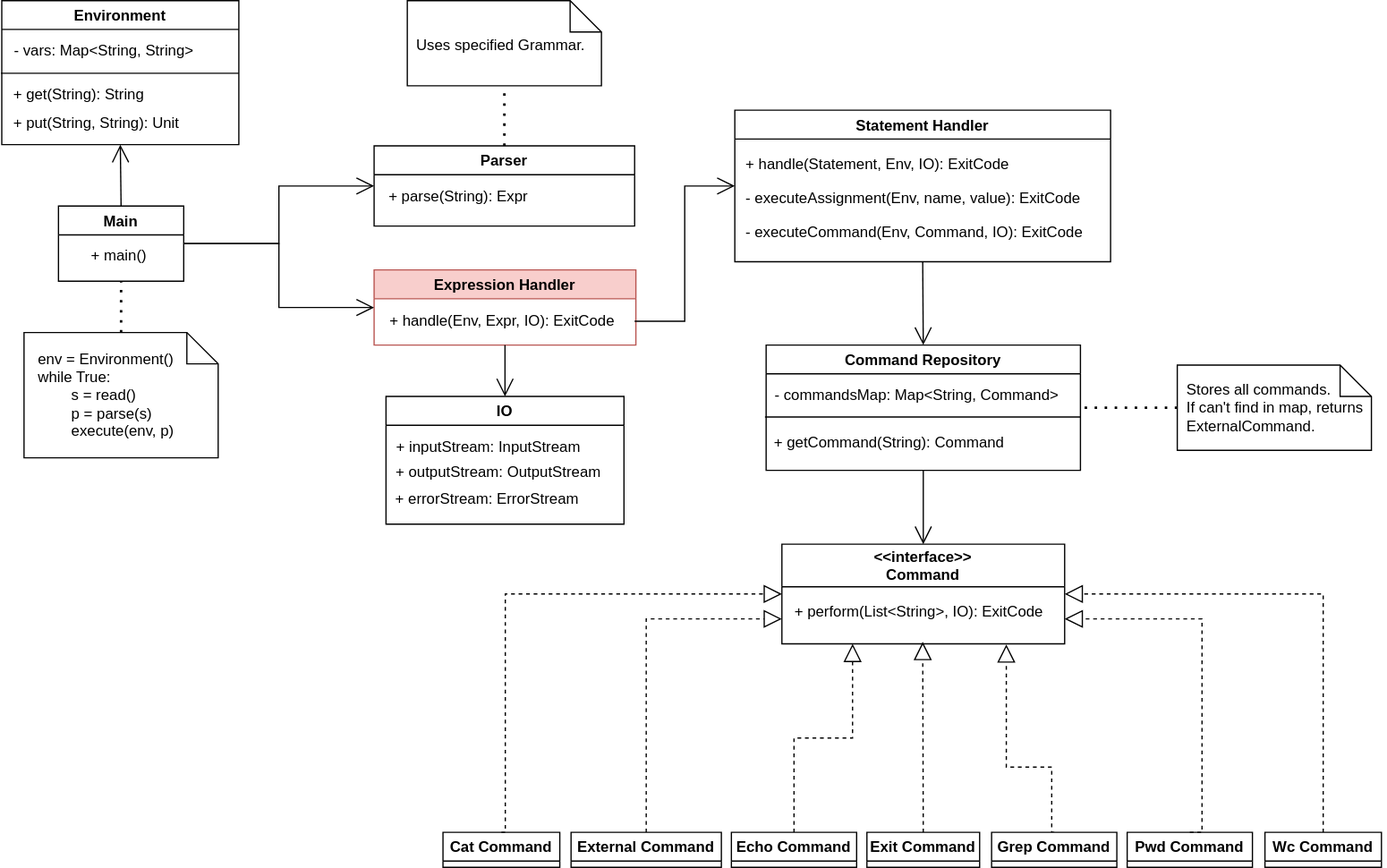
Earlier version of the draw.io export description/hw01.svg (kibrq/sd-practice). Source tidied: cells renumbered, new cells last; positions are measured from the earlier drawing's top-left corner, leaving out a move shared by most shapes. Its diagram source:
```xml
<mxGraphModel>
  <root>
    <mxCell id="0" />
    <mxCell id="1" parent="0" />
    <mxCell id="2" value="Main" style="swimlane;" parent="1" vertex="1">
      <mxGeometry x="46" y="164" width="100" height="60" as="geometry" />
    </mxCell>
    <mxCell id="3" value="+ main()" style="text;html=1;align=center;verticalAlign=middle;strokeColor=none;fillColor=none;" parent="2" vertex="1">
      <mxGeometry x="18" y="30" width="60" height="20" as="geometry" />
    </mxCell>
    <mxCell id="4" value="Expression Handler" style="swimlane;fillColor=#f8cecc;strokeColor=#b85450;" parent="1" vertex="1">
      <mxGeometry x="298" y="215" width="209" height="60" as="geometry" />
    </mxCell>
    <mxCell id="5" value="+ handle(Env,&amp;nbsp;Expr, IO): ExitCode" style="text;html=1;align=center;verticalAlign=middle;strokeColor=none;fillColor=none;" parent="4" vertex="1">
      <mxGeometry x="2" y="31" width="200" height="20" as="geometry" />
    </mxCell>
    <mxCell id="6" value="Statement Handler" style="swimlane;" parent="1" vertex="1">
      <mxGeometry x="586" y="87.5" width="300" height="121" as="geometry" />
    </mxCell>
    <mxCell id="7" value="- executeAssignment(Env, name, value): ExitCode" style="text;html=1;align=left;verticalAlign=middle;strokeColor=none;fillColor=none;" parent="6" vertex="1">
      <mxGeometry x="7" y="60" width="280" height="20" as="geometry" />
    </mxCell>
    <mxCell id="8" value="+ handle(&lt;span style=&quot;text-align: center&quot;&gt;Statement, Env&lt;/span&gt;&lt;span style=&quot;text-align: center&quot;&gt;, IO): ExitCode&lt;br&gt;&lt;/span&gt;" style="text;html=1;align=left;verticalAlign=middle;strokeColor=none;fillColor=none;" parent="6" vertex="1">
      <mxGeometry x="7" y="33" width="230" height="20" as="geometry" />
    </mxCell>
    <mxCell id="9" value="&lt;div style=&quot;text-align: left&quot;&gt;&lt;span&gt;- executeCommand(Env, Command, IO): ExitCode&lt;/span&gt;&lt;/div&gt;" style="text;html=1;align=center;verticalAlign=middle;strokeColor=none;fillColor=none;" parent="6" vertex="1">
      <mxGeometry x="3" y="87" width="280" height="20" as="geometry" />
    </mxCell>
    <mxCell id="10" style="group;" parent="1" vertex="1">
      <mxGeometry width="190" height="115" as="geometry" />
    </mxCell>
    <mxCell id="11" value="Environment" style="swimlane;" parent="10" vertex="1">
      <mxGeometry x="0.7" width="189.3" height="115" as="geometry" />
    </mxCell>
    <mxCell id="12" value="- vars: Map&amp;lt;String, String&amp;gt;" style="text;html=1;align=center;verticalAlign=middle;strokeColor=none;fillColor=none;" parent="11" vertex="1">
      <mxGeometry x="1" y="30" width="160" height="20" as="geometry" />
    </mxCell>
    <mxCell id="13" style="line;strokeWidth=1;fillColor=none;align=left;verticalAlign=middle;spacingTop=-1;spacingLeft=3;spacingRight=3;labelPosition=right;" parent="11" vertex="1">
      <mxGeometry x="-0.7" y="54" width="190" height="8" as="geometry" />
    </mxCell>
    <mxCell id="14" value="+ get(String): String" style="text;html=1;align=center;verticalAlign=middle;strokeColor=none;fillColor=none;" parent="11" vertex="1">
      <mxGeometry x="1" y="65" width="120" height="20" as="geometry" />
    </mxCell>
    <mxCell id="15" value="+ put(String, String): Unit" style="text;html=1;align=center;verticalAlign=middle;strokeColor=none;fillColor=none;" parent="11" vertex="1">
      <mxGeometry y="88" width="150" height="20" as="geometry" />
    </mxCell>
    <mxCell id="16" value="IO" style="swimlane;" parent="1" vertex="1">
      <mxGeometry x="307.5" y="316" width="190" height="102" as="geometry" />
    </mxCell>
    <mxCell id="17" value="+ inputStream: InputStream" style="text;html=1;align=center;verticalAlign=middle;strokeColor=none;fillColor=none;" parent="16" vertex="1">
      <mxGeometry x="1" y="30.5" width="160" height="20" as="geometry" />
    </mxCell>
    <mxCell id="18" value="+ outputStream: OutputStream" style="text;html=1;align=center;verticalAlign=middle;strokeColor=none;fillColor=none;" parent="16" vertex="1">
      <mxGeometry x="-1" y="50.5" width="180" height="20" as="geometry" />
    </mxCell>
    <mxCell id="19" value="+ errorStream: ErrorStream" style="text;html=1;align=center;verticalAlign=middle;strokeColor=none;fillColor=none;" parent="16" vertex="1">
      <mxGeometry y="71.5" width="160" height="20" as="geometry" />
    </mxCell>
    <mxCell id="20" value="&lt;&lt;interface&gt;&gt;&#10;Command" style="swimlane;startSize=34;" parent="1" vertex="1">
      <mxGeometry x="623.6" y="434" width="225.8" height="79.5" as="geometry" />
    </mxCell>
    <mxCell id="21" value="+ perform(&lt;span&gt;List&amp;lt;String&amp;gt;, IO): ExitCode&lt;/span&gt;" style="text;html=1;align=left;verticalAlign=middle;strokeColor=none;fillColor=none;" parent="20" vertex="1">
      <mxGeometry x="8" y="44.5" width="210" height="20" as="geometry" />
    </mxCell>
    <mxCell id="22" style="endArrow=block;dashed=1;endFill=0;endSize=12;html=1;rounded=0;exitX=0.5;exitY=0;exitDx=0;exitDy=0;" parent="1" edge="1" source="29">
      <mxGeometry relative="1" as="geometry">
        <mxPoint x="736" y="512" as="targetPoint" />
      </mxGeometry>
    </mxCell>
    <mxCell id="23" style="shape=note2;boundedLbl=1;whiteSpace=wrap;html=1;size=25;verticalAlign=top;align=center;strokeColor=default;" parent="1" vertex="1">
      <mxGeometry x="939.2" y="291" width="155" height="68" as="geometry" />
    </mxCell>
    <mxCell id="24" style="endArrow=none;dashed=1;html=1;dashPattern=1 3;strokeWidth=2;rounded=0;exitX=0;exitY=0.5;exitDx=0;exitDy=0;exitPerimeter=0;entryX=1;entryY=0.5;entryDx=0;entryDy=0;" parent="1" edge="1" source="23" target="39">
      <mxGeometry relative="1" as="geometry" />
    </mxCell>
    <mxCell id="25" style="shape=note2;boundedLbl=1;whiteSpace=wrap;html=1;size=25;verticalAlign=top;align=center;strokeColor=default;" parent="1" vertex="1">
      <mxGeometry x="18.5" y="265" width="155" height="100" as="geometry" />
    </mxCell>
    <mxCell id="26" value="env = Environment()&lt;br&gt;while True:&lt;br&gt;&lt;div&gt;&lt;span style=&quot;white-space: pre&quot;&gt;&#9;&lt;/span&gt;&lt;span&gt;s = read()&lt;/span&gt;&lt;/div&gt;&lt;span style=&quot;white-space: pre&quot;&gt;&#9;&lt;/span&gt;p = parse(s)&lt;br&gt;&lt;span style=&quot;white-space: pre&quot;&gt;&#9;&lt;/span&gt;execute(env, p)" style="text;html=1;align=left;verticalAlign=middle;strokeColor=none;fillColor=none;" parent="1" vertex="1">
      <mxGeometry x="27.5" y="275" width="120" height="80" as="geometry" />
    </mxCell>
    <mxCell id="27" value="&lt;span&gt;Stores all commands.&lt;br&gt;If can't find in map, returns&lt;br&gt;ExternalCommand.&lt;/span&gt;" style="text;html=1;align=left;verticalAlign=middle;strokeColor=none;fillColor=none;" parent="1" vertex="1">
      <mxGeometry x="945.2" y="300" width="160" height="50" as="geometry" />
    </mxCell>
    <mxCell id="28" style="endArrow=none;dashed=1;html=1;dashPattern=1 3;strokeWidth=2;rounded=0;exitX=0.5;exitY=0;exitDx=0;exitDy=0;exitPerimeter=0;entryX=0.5;entryY=1;entryDx=0;entryDy=0;" parent="1" edge="1" source="25" target="2">
      <mxGeometry relative="1" as="geometry" />
    </mxCell>
    <mxCell id="29" value="Exit Command" style="swimlane;" parent="1" vertex="1">
      <mxGeometry x="691.5" y="664" width="90" height="28" as="geometry" />
    </mxCell>
    <mxCell id="30" value="Pwd Command" style="swimlane;" parent="1" vertex="1">
      <mxGeometry x="899.2" y="664" width="100" height="28" as="geometry" />
    </mxCell>
    <mxCell id="31" value="Wc Command" style="swimlane;" parent="1" vertex="1">
      <mxGeometry x="1009.2" y="664" width="93" height="28" as="geometry" />
    </mxCell>
    <mxCell id="32" value="Echo Command" style="swimlane;" parent="1" vertex="1">
      <mxGeometry x="583.2" y="664" width="100" height="28" as="geometry" />
    </mxCell>
    <mxCell id="33" value="Cat Command" style="swimlane;" parent="1" vertex="1">
      <mxGeometry x="353" y="664" width="93.2" height="28" as="geometry" />
    </mxCell>
    <mxCell id="34" value="External Command" style="swimlane;" parent="1" vertex="1">
      <mxGeometry x="455.2" y="664" width="120" height="28" as="geometry" />
    </mxCell>
    <mxCell id="35" value="Parser" style="swimlane;" parent="1" vertex="1">
      <mxGeometry x="298" y="116" width="208" height="64" as="geometry" />
    </mxCell>
    <mxCell id="36" style="group;" parent="35" vertex="1">
      <mxGeometry x="-2" y="30.5" width="136" height="24.5" as="geometry" />
    </mxCell>
    <mxCell id="37" value="+ parse(String): Expr" style="text;html=1;align=center;verticalAlign=middle;strokeColor=none;fillColor=none;" parent="36" vertex="1">
      <mxGeometry x="4" width="130" height="20" as="geometry" />
    </mxCell>
    <mxCell id="38" style="group;" parent="1" vertex="1">
      <mxGeometry x="610.1" y="275" width="251.9" height="100" as="geometry" />
    </mxCell>
    <mxCell id="39" value="Command Repository" style="swimlane;" parent="38" vertex="1">
      <mxGeometry x="0.9" width="250.9" height="100" as="geometry" />
    </mxCell>
    <mxCell id="40" value="&lt;span style=&quot;text-align: left&quot;&gt;- commandsMap: Map&amp;lt;String, Command&amp;gt;&lt;/span&gt;" style="text;html=1;align=center;verticalAlign=middle;strokeColor=none;fillColor=none;" parent="39" vertex="1">
      <mxGeometry y="30.1" width="240" height="20" as="geometry" />
    </mxCell>
    <mxCell id="41" style="line;strokeWidth=1;fillColor=none;align=left;verticalAlign=middle;spacingTop=-1;spacingLeft=3;spacingRight=3;labelPosition=right;" parent="39" vertex="1">
      <mxGeometry x="-0.9" y="53.9" width="251.9" height="7" as="geometry" />
    </mxCell>
    <mxCell id="42" value="&lt;span style=&quot;text-align: left&quot;&gt;+ getCommand(String): Command&lt;/span&gt;" style="text;html=1;align=center;verticalAlign=middle;strokeColor=none;fillColor=none;" parent="39" vertex="1">
      <mxGeometry x="-1.9" y="67.9" width="200" height="20" as="geometry" />
    </mxCell>
    <mxCell id="43" style="endArrow=block;dashed=1;endFill=0;endSize=12;html=1;rounded=0;edgeStyle=orthogonalEdgeStyle;exitX=0.5;exitY=0;exitDx=0;exitDy=0;" parent="1" edge="1" source="56">
      <mxGeometry relative="1" as="geometry">
        <mxPoint x="802.8" y="514" as="targetPoint" />
        <Array as="points">
          <mxPoint x="839" y="664" />
          <mxPoint x="839" y="612" />
          <mxPoint x="803" y="612" />
        </Array>
      </mxGeometry>
    </mxCell>
    <mxCell id="44" style="endArrow=block;dashed=1;endFill=0;endSize=12;html=1;rounded=0;exitX=0.5;exitY=0;exitDx=0;exitDy=0;entryX=1;entryY=0.5;entryDx=0;entryDy=0;edgeStyle=orthogonalEdgeStyle;" parent="1" edge="1" source="31" target="20">
      <mxGeometry relative="1" as="geometry" />
    </mxCell>
    <mxCell id="45" style="endArrow=block;dashed=1;endFill=0;endSize=12;html=1;rounded=0;exitX=0.5;exitY=0;exitDx=0;exitDy=0;edgeStyle=orthogonalEdgeStyle;entryX=0.25;entryY=1;entryDx=0;entryDy=0;" parent="1" edge="1" source="32" target="20">
      <mxGeometry relative="1" as="geometry" />
    </mxCell>
    <mxCell id="46" style="endArrow=block;dashed=1;endFill=0;endSize=12;html=1;rounded=0;exitX=0.5;exitY=0;exitDx=0;exitDy=0;edgeStyle=orthogonalEdgeStyle;entryX=0;entryY=0.75;entryDx=0;entryDy=0;" parent="1" edge="1" source="34" target="20">
      <mxGeometry relative="1" as="geometry" />
    </mxCell>
    <mxCell id="47" style="endArrow=block;dashed=1;endFill=0;endSize=12;html=1;rounded=0;exitX=0.5;exitY=0;exitDx=0;exitDy=0;edgeStyle=orthogonalEdgeStyle;entryX=0;entryY=0.5;entryDx=0;entryDy=0;" parent="1" edge="1" source="33" target="20">
      <mxGeometry relative="1" as="geometry">
        <Array as="points">
          <mxPoint x="402.8" y="474" />
        </Array>
      </mxGeometry>
    </mxCell>
    <mxCell id="48" style="endArrow=open;endFill=1;endSize=12;html=1;rounded=0;elbow=vertical;entryX=0.5;entryY=1;entryDx=0;entryDy=0;exitX=0.5;exitY=0;exitDx=0;exitDy=0;" parent="1" edge="1" source="2" target="11">
      <mxGeometry relative="1" as="geometry" />
    </mxCell>
    <mxCell id="49" style="endArrow=open;endFill=1;endSize=12;html=1;rounded=0;elbow=vertical;exitX=1;exitY=0.5;exitDx=0;exitDy=0;entryX=0;entryY=0.5;entryDx=0;entryDy=0;edgeStyle=orthogonalEdgeStyle;" parent="1" edge="1" source="2" target="35">
      <mxGeometry relative="1" as="geometry" />
    </mxCell>
    <mxCell id="50" style="endArrow=open;endFill=1;endSize=12;html=1;rounded=0;elbow=vertical;exitX=1;exitY=0.5;exitDx=0;exitDy=0;entryX=0;entryY=0.5;entryDx=0;entryDy=0;edgeStyle=orthogonalEdgeStyle;" parent="1" edge="1" source="2" target="4">
      <mxGeometry relative="1" as="geometry" />
    </mxCell>
    <mxCell id="51" style="endArrow=open;endFill=1;endSize=12;html=1;rounded=0;elbow=vertical;entryX=0.5;entryY=0;entryDx=0;entryDy=0;exitX=0.5;exitY=1;exitDx=0;exitDy=0;" parent="1" edge="1" source="4" target="16">
      <mxGeometry relative="1" as="geometry" />
    </mxCell>
    <mxCell id="52" style="endArrow=open;endFill=1;endSize=12;html=1;rounded=0;elbow=vertical;entryX=0;entryY=0.5;entryDx=0;entryDy=0;edgeStyle=orthogonalEdgeStyle;" parent="1" edge="1" target="6">
      <mxGeometry relative="1" as="geometry">
        <mxPoint x="506" y="256" as="sourcePoint" />
      </mxGeometry>
    </mxCell>
    <mxCell id="53" style="endArrow=block;dashed=1;endFill=0;endSize=12;html=1;rounded=0;edgeStyle=orthogonalEdgeStyle;exitX=0.5;exitY=0;exitDx=0;exitDy=0;entryX=1;entryY=0.75;entryDx=0;entryDy=0;" parent="1" edge="1" source="30" target="20">
      <mxGeometry relative="1" as="geometry">
        <Array as="points">
          <mxPoint x="959" y="612" />
          <mxPoint x="959" y="612" />
          <mxPoint x="959" y="494" />
        </Array>
      </mxGeometry>
    </mxCell>
    <mxCell id="54" style="endArrow=open;endFill=1;endSize=12;html=1;rounded=0;elbow=vertical;entryX=0.5;entryY=0;entryDx=0;entryDy=0;exitX=0.5;exitY=1;exitDx=0;exitDy=0;" parent="1" edge="1" source="6" target="39">
      <mxGeometry relative="1" as="geometry" />
    </mxCell>
    <mxCell id="55" style="endArrow=open;endFill=1;endSize=12;html=1;rounded=0;elbow=vertical;entryX=0.5;entryY=0;entryDx=0;entryDy=0;exitX=0.5;exitY=1;exitDx=0;exitDy=0;" parent="1" edge="1" source="39" target="20">
      <mxGeometry relative="1" as="geometry" />
    </mxCell>
    <mxCell id="56" value="Grep Command" style="swimlane;" parent="1" vertex="1">
      <mxGeometry x="791" y="664" width="100" height="28" as="geometry" />
    </mxCell>
    <mxCell id="57" style="shape=note2;boundedLbl=1;whiteSpace=wrap;html=1;size=25;verticalAlign=top;align=center;strokeColor=default;" parent="1" vertex="1">
      <mxGeometry x="324.5" width="155" height="68" as="geometry" />
    </mxCell>
    <mxCell id="58" value="Uses specified Grammar." style="text;html=1;align=left;verticalAlign=middle;strokeColor=none;fillColor=none;" parent="1" vertex="1">
      <mxGeometry x="330.5" y="26" width="150" height="20" as="geometry" />
    </mxCell>
    <mxCell id="59" style="endArrow=none;dashed=1;html=1;dashPattern=1 3;strokeWidth=2;rounded=0;exitX=0.5;exitY=0;exitDx=0;exitDy=0;entryX=0.5;entryY=1;entryDx=0;entryDy=0;entryPerimeter=0;" parent="1" edge="1" source="35" target="57">
      <mxGeometry relative="1" as="geometry" />
    </mxCell>
  </root>
</mxGraphModel>
```
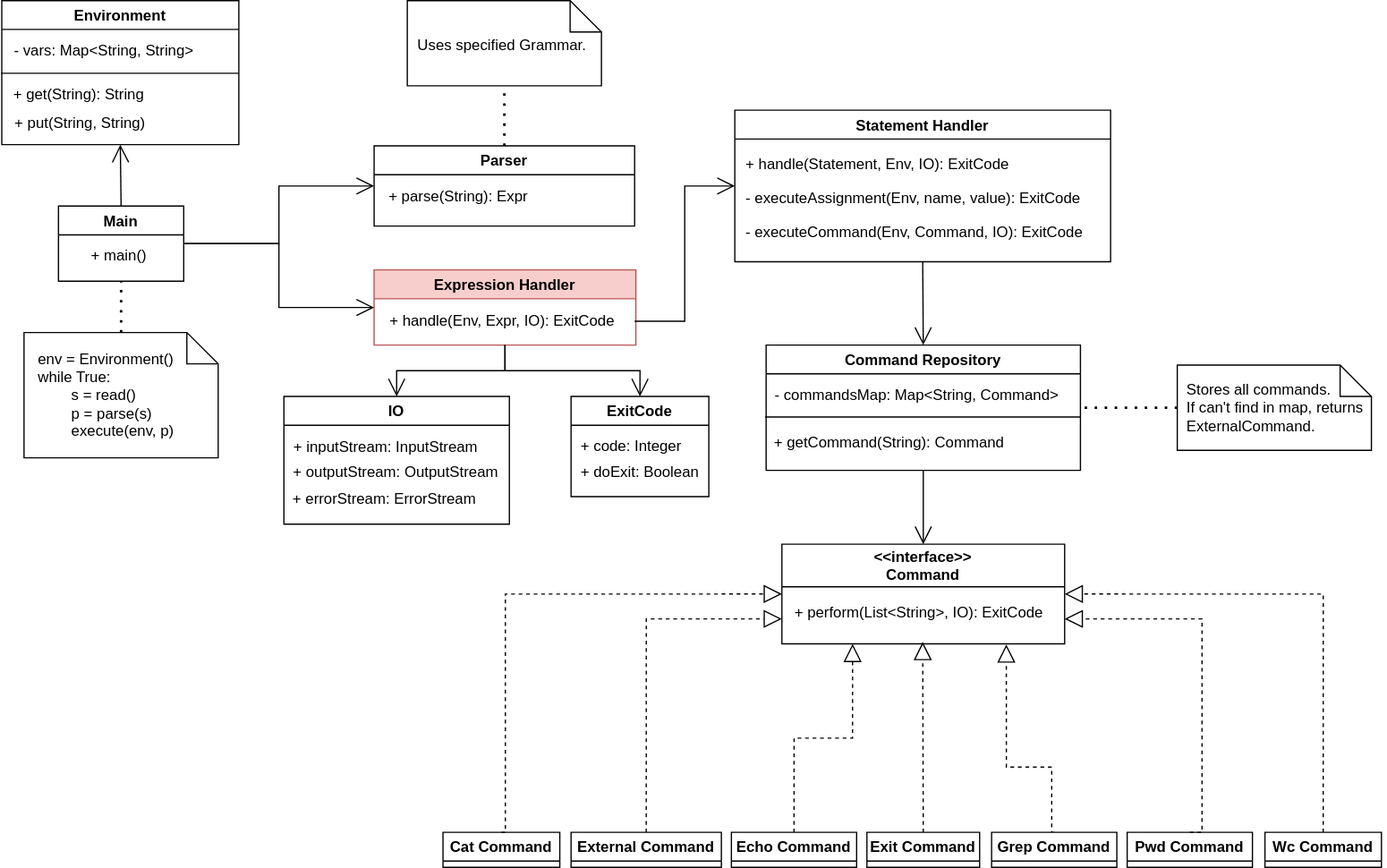
After the commit.

Commit message:
Update UML diagram

Diff of the diagram source:
```diff
@@ -41,11 +41,11 @@
     <mxCell id="14" value="+ get(String): String" style="text;html=1;align=center;verticalAlign=middle;strokeColor=none;fillColor=none;" parent="11" vertex="1">
       <mxGeometry x="1" y="65" width="120" height="20" as="geometry" />
     </mxCell>
-    <mxCell id="15" value="+ put(String, String): Unit" style="text;html=1;align=center;verticalAlign=middle;strokeColor=none;fillColor=none;" parent="11" vertex="1">
-      <mxGeometry y="88" width="150" height="20" as="geometry" />
+    <mxCell id="15" value="+ put(String, String)" style="text;html=1;align=center;verticalAlign=middle;strokeColor=none;fillColor=none;" parent="11" vertex="1">
+      <mxGeometry x="2" y="88" width="120" height="20" as="geometry" />
     </mxCell>
     <mxCell id="16" value="IO" style="swimlane;" parent="1" vertex="1">
-      <mxGeometry x="307.5" y="316" width="190" height="102" as="geometry" />
+      <mxGeometry x="226" y="316" width="180" height="102" as="geometry" />
     </mxCell>
     <mxCell id="17" value="+ inputStream: InputStream" style="text;html=1;align=center;verticalAlign=middle;strokeColor=none;fillColor=none;" parent="16" vertex="1">
       <mxGeometry x="1" y="30.5" width="160" height="20" as="geometry" />
@@ -162,7 +162,7 @@
     <mxCell id="50" style="endArrow=open;endFill=1;endSize=12;html=1;rounded=0;elbow=vertical;exitX=1;exitY=0.5;exitDx=0;exitDy=0;entryX=0;entryY=0.5;entryDx=0;entryDy=0;edgeStyle=orthogonalEdgeStyle;" parent="1" edge="1" source="2" target="4">
       <mxGeometry relative="1" as="geometry" />
     </mxCell>
-    <mxCell id="51" style="endArrow=open;endFill=1;endSize=12;html=1;rounded=0;elbow=vertical;entryX=0.5;entryY=0;entryDx=0;entryDy=0;exitX=0.5;exitY=1;exitDx=0;exitDy=0;" parent="1" edge="1" source="4" target="16">
+    <mxCell id="51" style="endArrow=open;endFill=1;endSize=12;html=1;rounded=0;elbow=vertical;entryX=0.5;entryY=0;entryDx=0;entryDy=0;exitX=0.5;exitY=1;exitDx=0;exitDy=0;edgeStyle=orthogonalEdgeStyle;" parent="1" edge="1" source="4" target="16">
       <mxGeometry relative="1" as="geometry" />
     </mxCell>
     <mxCell id="52" style="endArrow=open;endFill=1;endSize=12;html=1;rounded=0;elbow=vertical;entryX=0;entryY=0.5;entryDx=0;entryDy=0;edgeStyle=orthogonalEdgeStyle;" parent="1" edge="1" target="6">
@@ -197,5 +197,17 @@
     <mxCell id="59" style="endArrow=none;dashed=1;html=1;dashPattern=1 3;strokeWidth=2;rounded=0;exitX=0.5;exitY=0;exitDx=0;exitDy=0;entryX=0.5;entryY=1;entryDx=0;entryDy=0;entryPerimeter=0;" parent="1" edge="1" source="35" target="57">
       <mxGeometry relative="1" as="geometry" />
     </mxCell>
+    <mxCell id="60" value="ExitCode" style="swimlane;" parent="1" vertex="1">
+      <mxGeometry x="455.2" y="316" width="110" height="80" as="geometry" />
+    </mxCell>
+    <mxCell id="61" value="+ code: Integer" style="text;html=1;align=center;verticalAlign=middle;strokeColor=none;fillColor=none;" parent="60" vertex="1">
+      <mxGeometry x="-2" y="29.5" width="100" height="20" as="geometry" />
+    </mxCell>
+    <mxCell id="62" value="+ doExit: Boolean" style="text;html=1;align=center;verticalAlign=middle;strokeColor=none;fillColor=none;" parent="60" vertex="1">
+      <mxGeometry y="50.5" width="110" height="20" as="geometry" />
+    </mxCell>
+    <mxCell id="63" style="endArrow=open;endFill=1;endSize=12;html=1;rounded=0;elbow=vertical;entryX=0.5;entryY=0;entryDx=0;entryDy=0;edgeStyle=orthogonalEdgeStyle;exitX=0.5;exitY=1;exitDx=0;exitDy=0;" parent="1" edge="1" source="4" target="60">
+      <mxGeometry relative="1" as="geometry" />
+    </mxCell>
   </root>
 </mxGraphModel>
```
